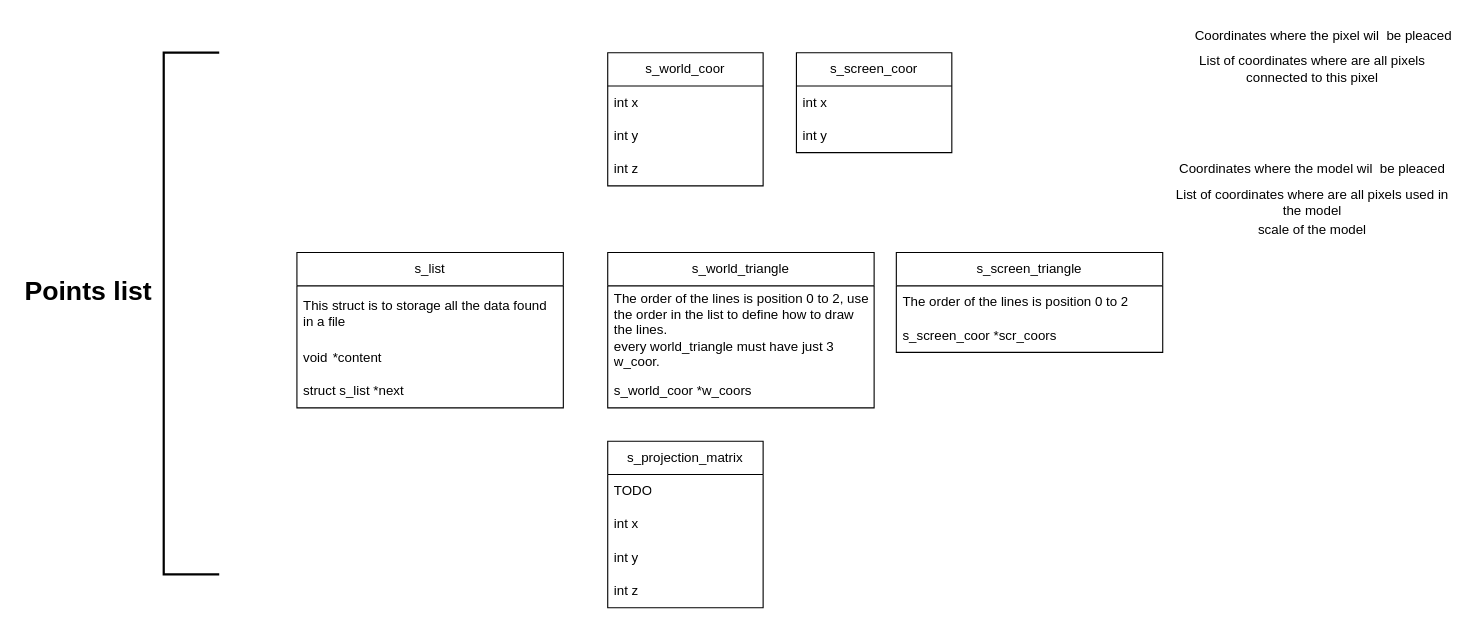
Above: page "data layer" (2 of 4) of Untitled Diagram.drawio in nythocampos/42_code (draw.io), before the change. Source tidied: cells renumbered, new cells numbered last; positions are measured from the earlier drawing's top-left corner, leaving out a move shared by most shapes. Both pictures are drawn from the tidied source at 111%, with x=0, y=0 at pixel (19, 19).
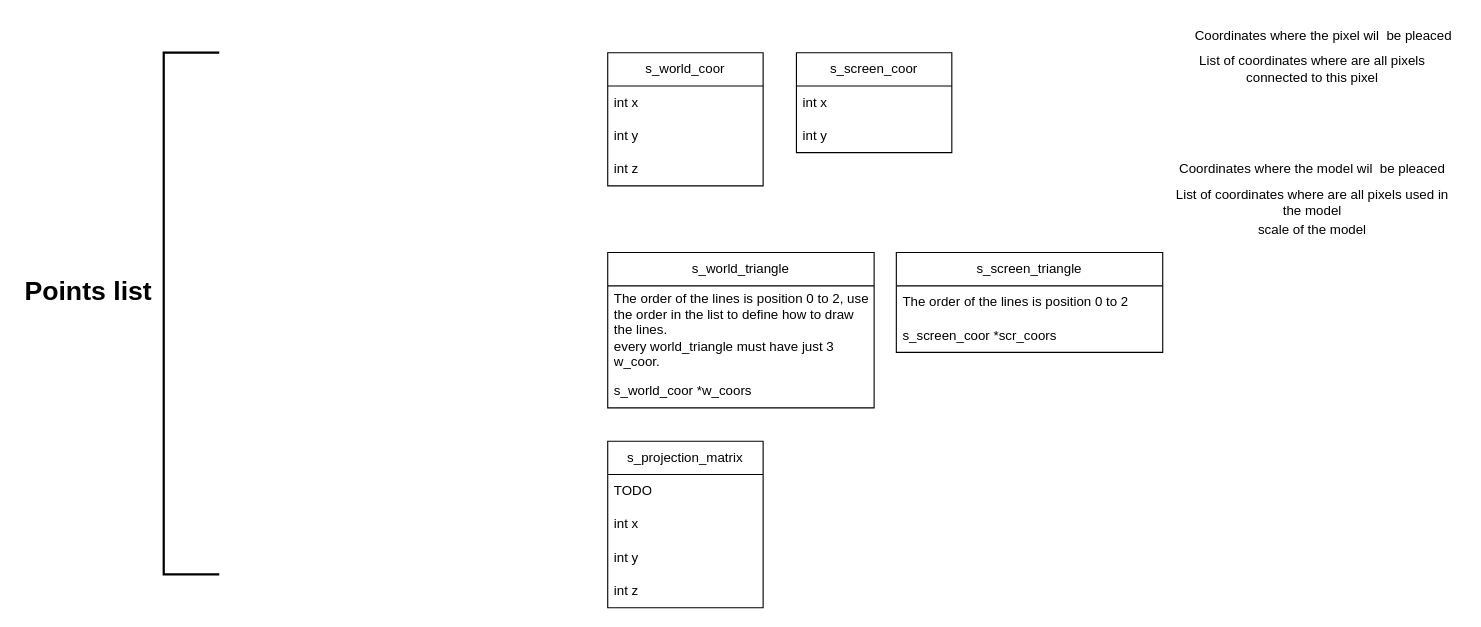
Above is the later version.

Diff of the diagram source:
```diff
@@
-    <mxCell id="22" value="s_list" style="swimlane;fontStyle=0;horizontal=1;startSize=30;whiteSpace=wrap;html=1;" parent="1" vertex="1">
-      <mxGeometry x="250" y="210" width="240" height="140" as="geometry" />
-    </mxCell>
-    <mxCell id="23" value="This struct is to storage all the data found in a file" style="text;strokeColor=none;fillColor=none;align=left;verticalAlign=middle;spacingLeft=4;spacingRight=4;overflow=hidden;whiteSpace=wrap;html=1;" parent="22" vertex="1">
-      <mxGeometry y="30" width="240" height="50" as="geometry" />
-    </mxCell>
-    <mxCell id="24" value="void&lt;span style=&quot;white-space: pre;&quot;&gt;&#9;&lt;/span&gt;*content" style="text;strokeColor=none;fillColor=none;align=left;verticalAlign=middle;spacingLeft=4;spacingRight=4;overflow=hidden;whiteSpace=wrap;html=1;" parent="22" vertex="1">
-      <mxGeometry y="80" width="240" height="30" as="geometry" />
-    </mxCell>
-    <mxCell id="25" value="struct s_list *next" style="text;strokeColor=none;fillColor=none;align=left;verticalAlign=middle;spacingLeft=4;spacingRight=4;overflow=hidden;whiteSpace=wrap;html=1;" parent="22" vertex="1">
-      <mxGeometry y="110" width="240" height="30" as="geometry" />
-    </mxCell>
```
